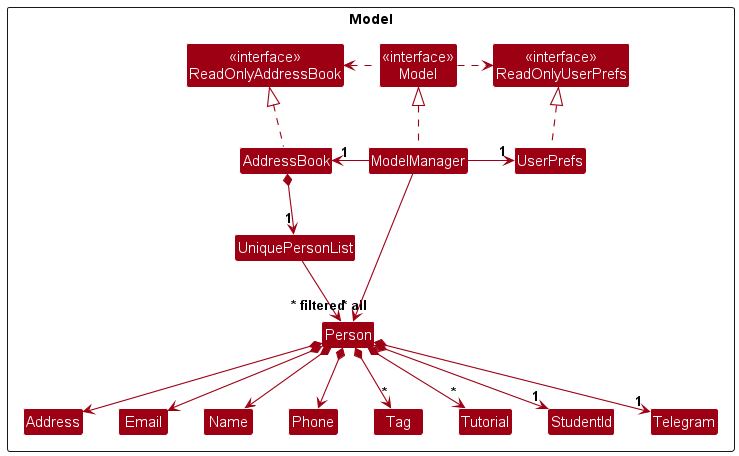
Before: docs/images/ModelClassDiagram.png, a diagram exported from PlantUML (vrisdng/tp). Its diagram source:
```plantuml
@startuml
!include style.puml
skinparam arrowThickness 1.1
skinparam arrowColor MODEL_COLOR
skinparam classBackgroundColor MODEL_COLOR

Package Model as ModelPackage <<Rectangle>> {
    Class "<<interface>>\nReadOnlyAddressBook" as ReadOnlyAddressBook
    Class "<<interface>>\nReadOnlyUserPrefs" as ReadOnlyUserPrefs
    Class "<<interface>>\nModel" as Model
    Class AddressBook
    Class ModelManager
    Class UserPrefs

    Class UniquePersonList
    Class Person
    Class Address
    Class Email
    Class Name
    Class Phone
    Class Tag
    Class Tutorial
    Class StudentId
    Class Telegram
}

AddressBook .up.|> ReadOnlyAddressBook

ModelManager .up.|> Model
Model .right.> ReadOnlyUserPrefs
Model .left.> ReadOnlyAddressBook
ModelManager -left-> "1" AddressBook
ModelManager -right-> "1" UserPrefs
UserPrefs .up.|> ReadOnlyUserPrefs

AddressBook *--> "1" UniquePersonList
UniquePersonList --> "~* all" Person
Person *--> Name
Person *--> Phone
Person *--> Email
Person *--> Address
Person *--> "*" Tag
Person *--> "1" StudentId
Person *--> "*" Tutorial
Person *--> "1" Telegram

ModelManager --> "~* filtered" Person
@enduml
```
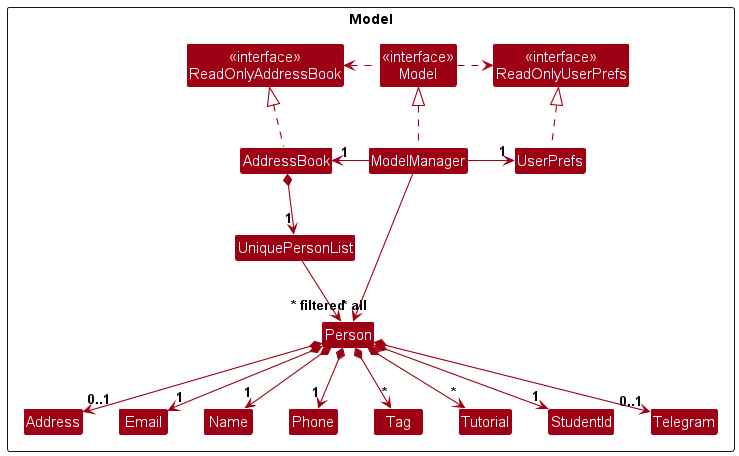
After the commit.

Change to the diagram source:
```diff
@@ -35,14 +35,14 @@
 
 AddressBook *--> "1" UniquePersonList
 UniquePersonList --> "~* all" Person
-Person *--> Name
-Person *--> Phone
-Person *--> Email
-Person *--> Address
+Person *--> "1" Name
+Person *--> "1" Phone
+Person *--> "1" Email
+Person *--> "0..1" Address
 Person *--> "*" Tag
 Person *--> "1" StudentId
 Person *--> "*" Tutorial
-Person *--> "1" Telegram
+Person *--> "0..1" Telegram
 
 ModelManager --> "~* filtered" Person
 @enduml
```
